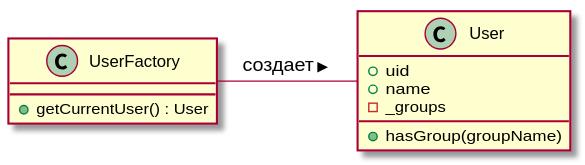
Before: docs/entities.svg, a diagram exported from PlantUML (ilb/posixuserjs).
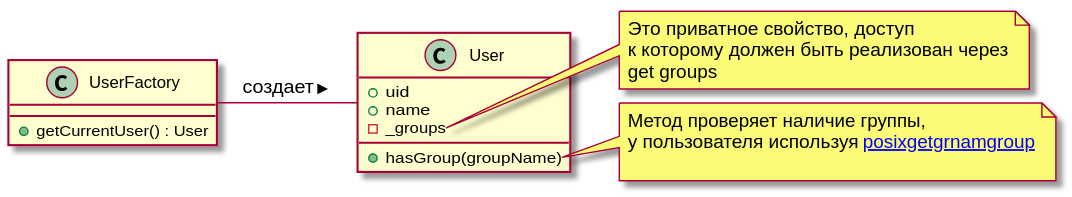
After the commit.

Diff of the diagram source:
```diff
@@ -7,6 +7,18 @@
     + hasGroup(groupName)
 }
 
+note right of User::_groups
+  Это приватное свойство, доступ
+  к которому должен быть реализован через
+  get groups
+end note
+
+note right of User::hasGroup
+  Метод проверяет наличие группы,
+  у пользователя используя [[https://www.npmjs.com/package/posix#posixgetgrnamgroup posixgetgrnamgroup]]
+
+end note
+
 class UserFactory {
     + getCurrentUser() : User
 }
```
